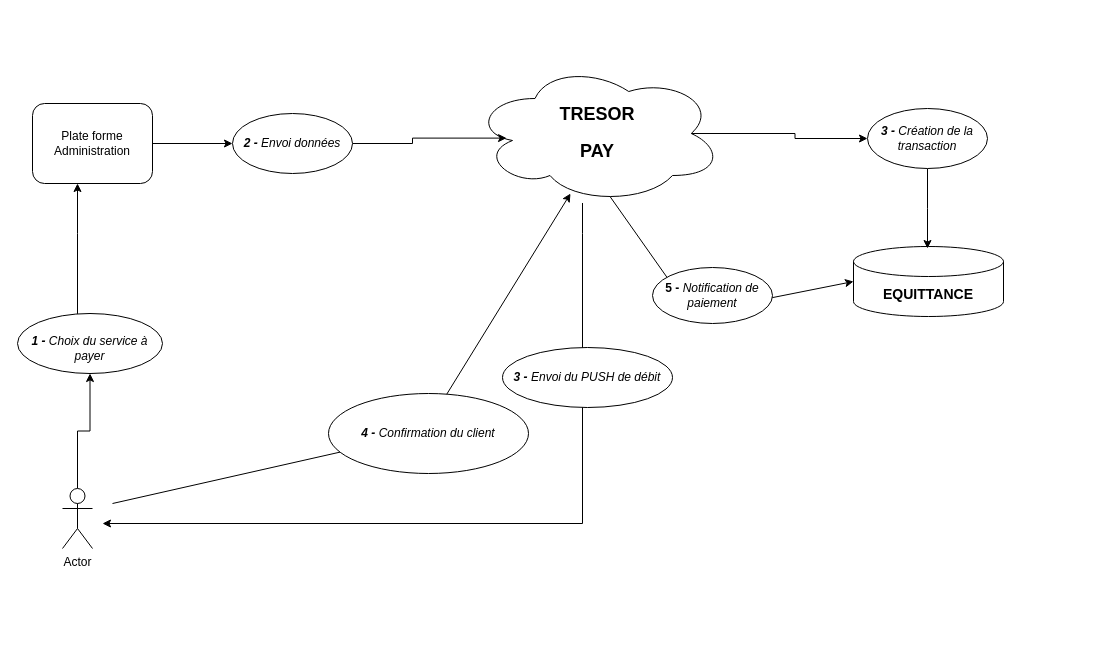
Above: page "Schema 1" (1 of 2) of Untitled Diagram.drawio in fnarsiste/diagrams (draw.io), before the change. Source tidied: cells renumbered, new cells numbered last; positions are measured from the earlier drawing's top-left corner, leaving out a move shared by most shapes. Both pictures are drawn from the tidied source at 100%, with x=0, y=0 at pixel (17, 63).
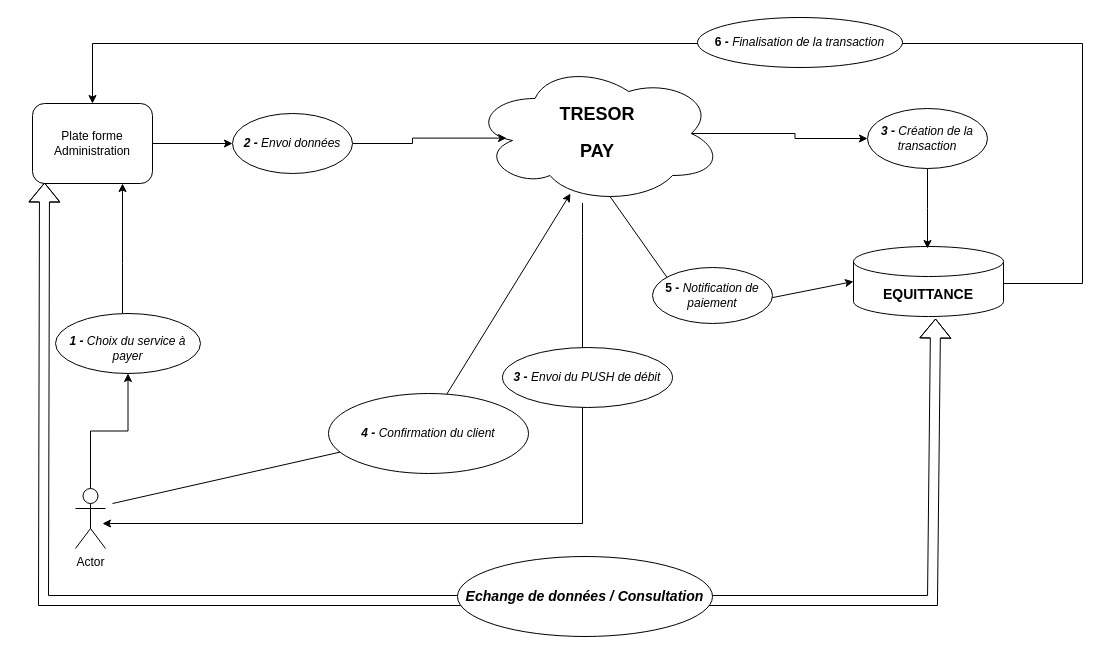
Above is the later version.

Commit message:
Creation de la version parallèle

Unchanged cells that the change refers to:
```xml
<mxCell id="3" value="&lt;div&gt;Plate forme &lt;br&gt;&lt;/div&gt;&lt;div&gt;Administration&lt;/div&gt;" style="rounded=1;whiteSpace=wrap;html=1;" parent="1" vertex="1">
  <mxGeometry x="15" y="40" width="120" height="80" as="geometry" />
</mxCell>
<mxCell id="13" value="&lt;h3&gt;&lt;b&gt;EQUITTANCE&lt;/b&gt;&lt;/h3&gt;" style="shape=cylinder3;whiteSpace=wrap;html=1;boundedLbl=1;backgroundOutline=1;size=15;" parent="1" vertex="1">
  <mxGeometry x="836" y="183" width="150" height="70" as="geometry" />
</mxCell>
```

The edit, as a diff of the source:
```diff
@@
     <mxCell id="10" value="Actor" style="shape=umlActor;verticalLabelPosition=bottom;verticalAlign=top;html=1;outlineConnect=0;" parent="1" vertex="1">
-      <mxGeometry x="45" y="425" width="30" height="60" as="geometry" />
+      <mxGeometry x="58" y="425" width="30" height="60" as="geometry" />
     </mxCell>
     <mxCell id="11" style="edgeStyle=orthogonalEdgeStyle;rounded=0;jettySize=auto;html=1;" parent="1" edge="1" source="12" target="3">
       <mxGeometry relative="1" as="geometry">
         <Array as="points">
-          <mxPoint x="60" y="170" />
-          <mxPoint x="60" y="170" />
+          <mxPoint x="105" y="200" />
+          <mxPoint x="105" y="200" />
         </Array>
       </mxGeometry>
     </mxCell>
     <mxCell id="12" value="&lt;br&gt;&lt;div&gt;&lt;i&gt;&lt;b&gt;1 - &lt;/b&gt;Choix du service à payer&lt;/i&gt;&lt;/div&gt;" style="ellipse;whiteSpace=wrap;html=1;verticalAlign=top;" parent="1" vertex="1">
-      <mxGeometry y="250" width="145" height="60" as="geometry" />
+      <mxGeometry x="38" y="250" width="145" height="60" as="geometry" />
     </mxCell>
@@
+    <mxCell id="21" style="endArrow=classic;html=1;rounded=0;entryX=0.5;entryY=0;entryDx=0;entryDy=0;" parent="1" edge="1" target="3">
+      <mxGeometry relative="1" as="geometry">
+        <mxPoint x="986" y="220" as="sourcePoint" />
+        <Array as="points">
+          <mxPoint x="1065" y="220" />
+          <mxPoint x="1065" y="-20" />
+          <mxPoint x="75" y="-20" />
+        </Array>
+      </mxGeometry>
+    </mxCell>
+    <mxCell id="22" value="&lt;b&gt;6 -&lt;/b&gt;&lt;i&gt;&lt;b&gt; &lt;/b&gt;Finalisation de la transaction&lt;/i&gt;" style="ellipse;whiteSpace=wrap;html=1;" parent="1" vertex="1">
+      <mxGeometry x="680" y="-46" width="205" height="50" as="geometry" />
+    </mxCell>
+    <mxCell id="23" style="shape=flexArrow;endArrow=classic;startArrow=classic;html=1;rounded=0;entryX=0.547;entryY=1.029;entryDx=0;entryDy=0;entryPerimeter=0;exitX=0.175;exitY=1.025;exitDx=0;exitDy=0;exitPerimeter=0;" parent="1" edge="1" target="13">
+      <mxGeometry relative="1" as="geometry">
+        <mxPoint x="27" y="119" as="sourcePoint" />
+        <Array as="points">
+          <mxPoint x="26" y="537" />
+          <mxPoint x="915" y="537" />
+        </Array>
+      </mxGeometry>
+    </mxCell>
+    <mxCell id="24" value="&lt;h3&gt;&lt;i&gt;Echange de données / Consultation&lt;/i&gt;&lt;/h3&gt;" style="ellipse;whiteSpace=wrap;html=1;" parent="1" vertex="1">
+      <mxGeometry x="440" y="493" width="255" height="80" as="geometry" />
+    </mxCell>
```
